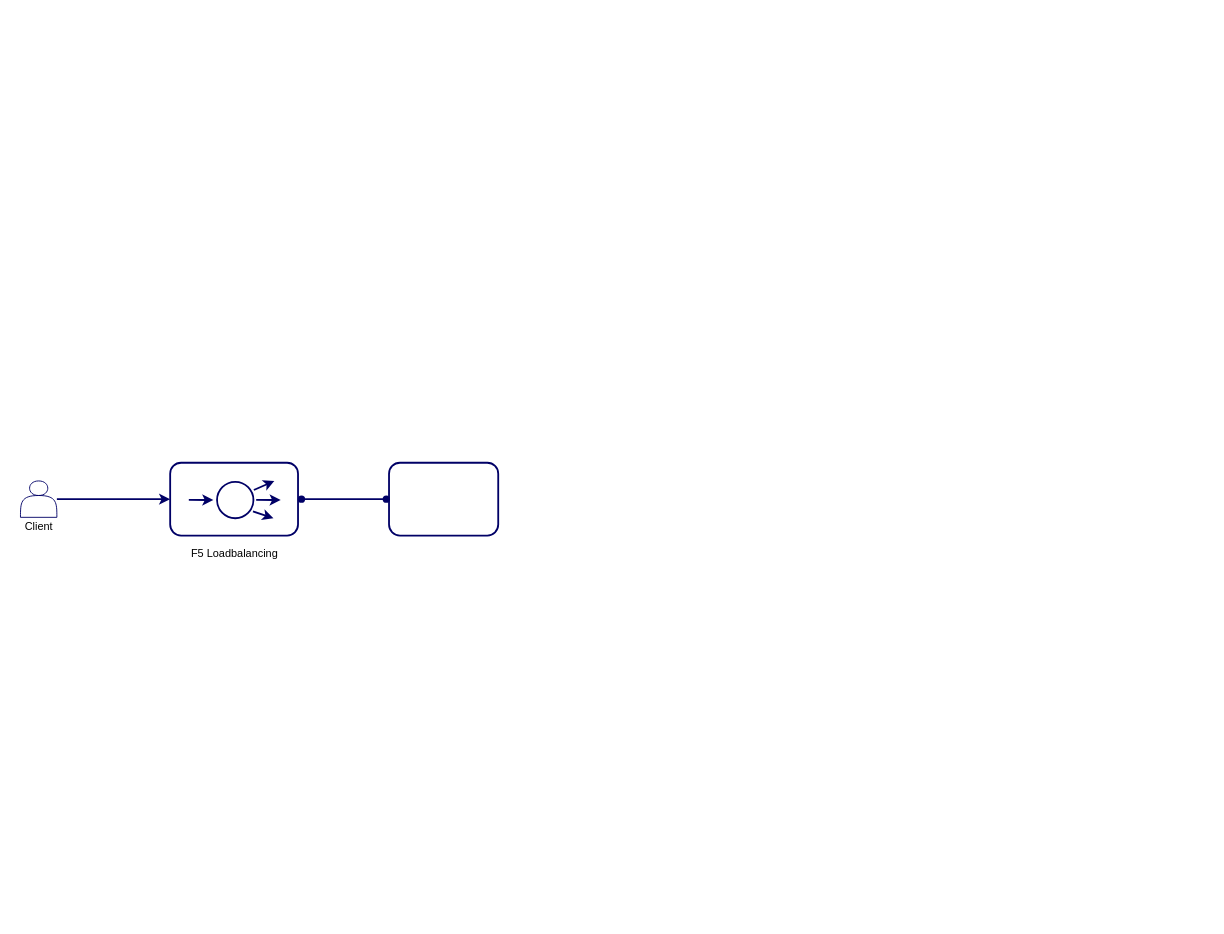
This is Biểu đồ không có tiêu đề.drawio from mitgaming/drawio, a draw.io file, before an edit. Source tidied: cells renumbered, new cells numbered last; positions are measured from the earlier drawing's top-left corner, leaving out a move shared by most shapes. Both pictures are drawn from the tidied source at 91%, with x=0, y=0 at pixel (15, 462).
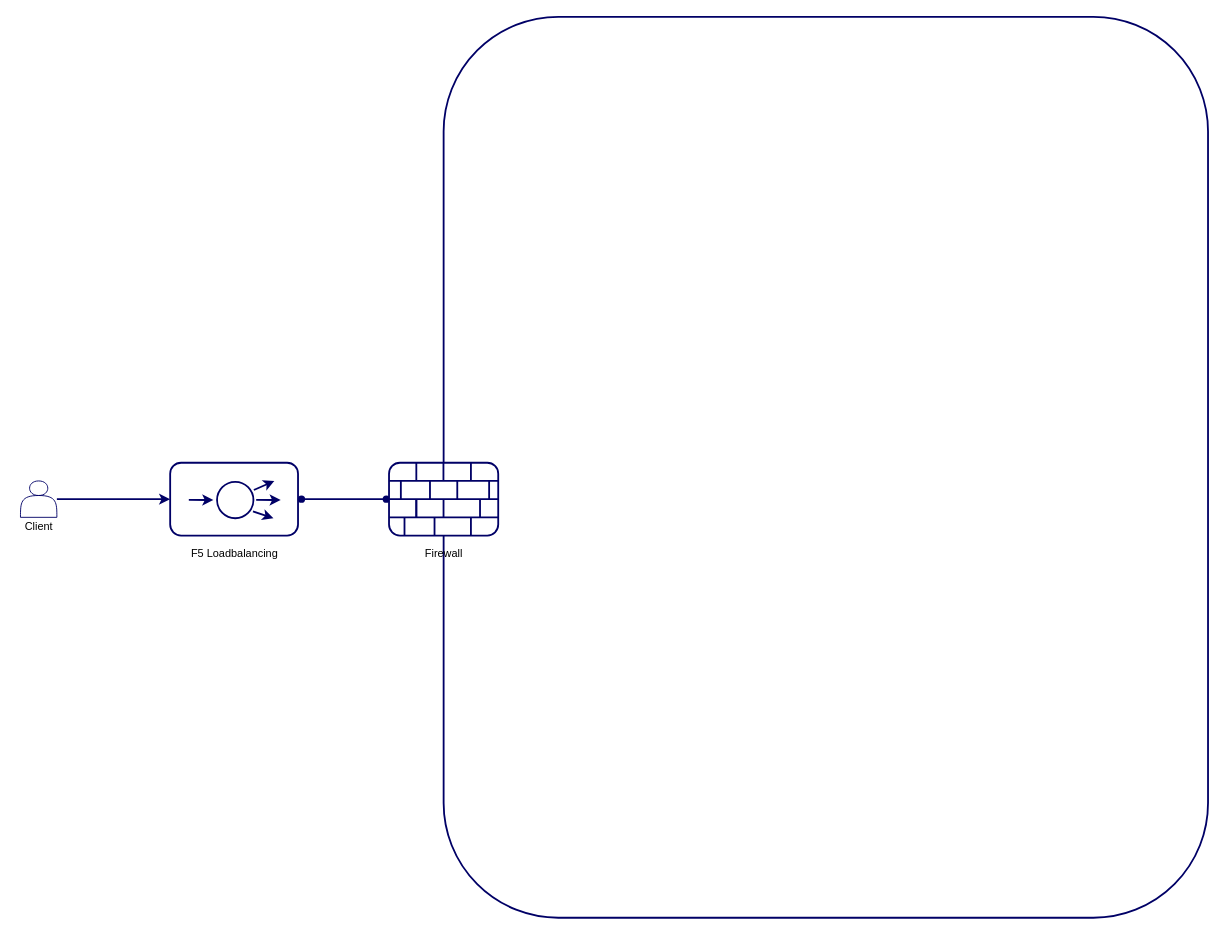
The same diagram, later.

Commit message (it also covers changes not shown here):
Cập nhật Biểu đồ không có tiêu đề.drawio

Diff of the diagram source:
```diff
@@
-    <mxCell id="15" style="rounded=1;whiteSpace=wrap;html=1;strokeColor=#000066;strokeWidth=2;" parent="1" vertex="1">
-      <mxGeometry x="410" width="120" height="80" as="geometry" />
-    </mxCell>
@@
+    <mxCell id="19" style="rounded=1;whiteSpace=wrap;html=1;strokeColor=#000066;strokeWidth=2;fillColor=none;" parent="1" vertex="1">
+      <mxGeometry x="470" y="-490" width="840" height="990" as="geometry" />
+    </mxCell>
+    <mxCell id="20" style="group;" parent="1" vertex="1">
+      <mxGeometry x="410" width="120" height="110" as="geometry" />
+    </mxCell>
+    <mxCell id="15" style="rounded=1;whiteSpace=wrap;html=1;strokeColor=#000066;strokeWidth=2;" parent="20" vertex="1">
+      <mxGeometry width="120" height="80" as="geometry" />
+    </mxCell>
+    <mxCell id="21" style="endArrow=none;html=1;rounded=0;strokeColor=#000066;strokeWidth=2;exitX=0.25;exitY=0;exitDx=0;exitDy=0;entryX=0.25;entryY=0.25;entryDx=0;entryDy=0;entryPerimeter=0;" parent="20" edge="1" source="15" target="15">
+      <mxGeometry relative="1" as="geometry" />
+    </mxCell>
+    <mxCell id="22" style="endArrow=none;html=1;rounded=0;strokeColor=#000066;strokeWidth=2;exitX=0.25;exitY=0;exitDx=0;exitDy=0;entryX=0.25;entryY=0.25;entryDx=0;entryDy=0;entryPerimeter=0;" parent="20" edge="1">
+      <mxGeometry relative="1" as="geometry">
+        <mxPoint x="59.8" as="sourcePoint" />
+        <mxPoint x="59.8" y="20" as="targetPoint" />
+      </mxGeometry>
+    </mxCell>
+    <mxCell id="23" style="endArrow=none;html=1;rounded=0;strokeColor=#000066;strokeWidth=2;exitX=0.25;exitY=0;exitDx=0;exitDy=0;entryX=0.25;entryY=0.25;entryDx=0;entryDy=0;entryPerimeter=0;" parent="20" edge="1">
+      <mxGeometry relative="1" as="geometry">
+        <mxPoint x="90" as="sourcePoint" />
+        <mxPoint x="90" y="20" as="targetPoint" />
+      </mxGeometry>
+    </mxCell>
+    <mxCell id="24" style="endArrow=none;html=1;rounded=0;strokeColor=#000066;strokeWidth=2;exitX=0;exitY=0.25;exitDx=0;exitDy=0;startSize=6;entryX=1;entryY=0.25;entryDx=0;entryDy=0;" parent="20" edge="1" target="15">
+      <mxGeometry relative="1" as="geometry">
+        <mxPoint y="20" as="sourcePoint" />
+      </mxGeometry>
+    </mxCell>
+    <mxCell id="25" style="endArrow=none;html=1;rounded=0;strokeColor=#000066;strokeWidth=2;exitX=0;exitY=0.25;exitDx=0;exitDy=0;startSize=6;entryX=1;entryY=0.25;entryDx=0;entryDy=0;" parent="20" edge="1">
+      <mxGeometry relative="1" as="geometry">
+        <mxPoint y="39.9" as="sourcePoint" />
+        <mxPoint x="120" y="39.9" as="targetPoint" />
+      </mxGeometry>
+    </mxCell>
+    <mxCell id="26" style="endArrow=none;html=1;rounded=0;strokeColor=#000066;strokeWidth=2;exitX=0;exitY=0.25;exitDx=0;exitDy=0;startSize=6;entryX=1;entryY=0.25;entryDx=0;entryDy=0;" parent="20" edge="1">
+      <mxGeometry relative="1" as="geometry">
+        <mxPoint y="60" as="sourcePoint" />
+        <mxPoint x="120" y="60" as="targetPoint" />
+      </mxGeometry>
+    </mxCell>
+    <mxCell id="27" style="endArrow=none;html=1;rounded=0;strokeColor=#000066;strokeWidth=2;exitX=0.25;exitY=0;exitDx=0;exitDy=0;entryX=0.25;entryY=0.25;entryDx=0;entryDy=0;entryPerimeter=0;" parent="20" edge="1">
+      <mxGeometry relative="1" as="geometry">
+        <mxPoint x="45" y="20" as="sourcePoint" />
+        <mxPoint x="45" y="40" as="targetPoint" />
+      </mxGeometry>
+    </mxCell>
+    <mxCell id="28" style="endArrow=none;html=1;rounded=0;strokeColor=#000066;strokeWidth=2;exitX=0.25;exitY=0;exitDx=0;exitDy=0;entryX=0.25;entryY=0.25;entryDx=0;entryDy=0;entryPerimeter=0;" parent="20" edge="1">
+      <mxGeometry relative="1" as="geometry">
+        <mxPoint x="13" y="20" as="sourcePoint" />
+        <mxPoint x="13" y="40" as="targetPoint" />
+      </mxGeometry>
+    </mxCell>
+    <mxCell id="29" style="endArrow=none;html=1;rounded=0;strokeColor=#000066;strokeWidth=2;exitX=0.25;exitY=0;exitDx=0;exitDy=0;entryX=0.25;entryY=0.25;entryDx=0;entryDy=0;entryPerimeter=0;" parent="20" edge="1">
+      <mxGeometry relative="1" as="geometry">
+        <mxPoint x="30" y="40" as="sourcePoint" />
+        <mxPoint x="30" y="60" as="targetPoint" />
+      </mxGeometry>
+    </mxCell>
+    <mxCell id="30" style="endArrow=none;html=1;rounded=0;strokeColor=#000066;strokeWidth=2;exitX=0.25;exitY=0;exitDx=0;exitDy=0;entryX=0.25;entryY=0.25;entryDx=0;entryDy=0;entryPerimeter=0;" parent="20" edge="1">
+      <mxGeometry relative="1" as="geometry">
+        <mxPoint x="30" y="40" as="sourcePoint" />
+        <mxPoint x="30" y="60" as="targetPoint" />
+      </mxGeometry>
+    </mxCell>
+    <mxCell id="31" style="endArrow=none;html=1;rounded=0;strokeColor=#000066;strokeWidth=2;exitX=0.25;exitY=0;exitDx=0;exitDy=0;entryX=0.25;entryY=0.25;entryDx=0;entryDy=0;entryPerimeter=0;" parent="20" edge="1">
+      <mxGeometry relative="1" as="geometry">
+        <mxPoint x="75" y="20" as="sourcePoint" />
+        <mxPoint x="75" y="40" as="targetPoint" />
+      </mxGeometry>
+    </mxCell>
+    <mxCell id="32" style="endArrow=none;html=1;rounded=0;strokeColor=#000066;strokeWidth=2;exitX=0.25;exitY=0;exitDx=0;exitDy=0;entryX=0.25;entryY=0.25;entryDx=0;entryDy=0;entryPerimeter=0;fontStyle=1;" parent="20" edge="1">
+      <mxGeometry relative="1" as="geometry">
+        <mxPoint x="50" y="60" as="sourcePoint" />
+        <mxPoint x="50" y="80" as="targetPoint" />
+      </mxGeometry>
+    </mxCell>
+    <mxCell id="33" style="endArrow=none;html=1;rounded=0;strokeColor=#000066;strokeWidth=2;exitX=0.25;exitY=0;exitDx=0;exitDy=0;entryX=0.25;entryY=0.25;entryDx=0;entryDy=0;entryPerimeter=0;fontStyle=1;" parent="20" edge="1">
+      <mxGeometry relative="1" as="geometry">
+        <mxPoint x="59.9" y="40" as="sourcePoint" />
+        <mxPoint x="59.9" y="60" as="targetPoint" />
+      </mxGeometry>
+    </mxCell>
+    <mxCell id="34" style="endArrow=none;html=1;rounded=0;strokeColor=#000066;strokeWidth=2;exitX=0.25;exitY=0;exitDx=0;exitDy=0;entryX=0.25;entryY=0.25;entryDx=0;entryDy=0;entryPerimeter=0;fontStyle=1;" parent="20" edge="1">
+      <mxGeometry relative="1" as="geometry">
+        <mxPoint x="17" y="60" as="sourcePoint" />
+        <mxPoint x="17" y="80" as="targetPoint" />
+      </mxGeometry>
+    </mxCell>
+    <mxCell id="35" style="endArrow=none;html=1;rounded=0;strokeColor=#000066;strokeWidth=2;exitX=0.25;exitY=0;exitDx=0;exitDy=0;entryX=0.25;entryY=0.25;entryDx=0;entryDy=0;entryPerimeter=0;fontStyle=1;" parent="20" edge="1">
+      <mxGeometry relative="1" as="geometry">
+        <mxPoint x="90" y="60" as="sourcePoint" />
+        <mxPoint x="90" y="80" as="targetPoint" />
+      </mxGeometry>
+    </mxCell>
+    <mxCell id="36" style="endArrow=none;html=1;rounded=0;strokeColor=#000066;strokeWidth=2;exitX=0.25;exitY=0;exitDx=0;exitDy=0;entryX=0.25;entryY=0.25;entryDx=0;entryDy=0;entryPerimeter=0;fontStyle=1;" parent="20" edge="1">
+      <mxGeometry relative="1" as="geometry">
+        <mxPoint x="100" y="40" as="sourcePoint" />
+        <mxPoint x="100" y="60" as="targetPoint" />
+      </mxGeometry>
+    </mxCell>
+    <mxCell id="37" style="endArrow=none;html=1;rounded=0;strokeColor=#000066;strokeWidth=2;exitX=0.25;exitY=0;exitDx=0;exitDy=0;entryX=0.25;entryY=0.25;entryDx=0;entryDy=0;entryPerimeter=0;fontStyle=1;" parent="20" edge="1">
+      <mxGeometry relative="1" as="geometry">
+        <mxPoint x="110" y="20" as="sourcePoint" />
+        <mxPoint x="110" y="40" as="targetPoint" />
+      </mxGeometry>
+    </mxCell>
+    <mxCell id="38" value="Firewall" style="text;html=1;align=center;verticalAlign=middle;strokeColor=none;fillColor=none;" parent="20" vertex="1">
+      <mxGeometry x="30" y="90" width="60" height="20" as="geometry" />
+    </mxCell>
```
